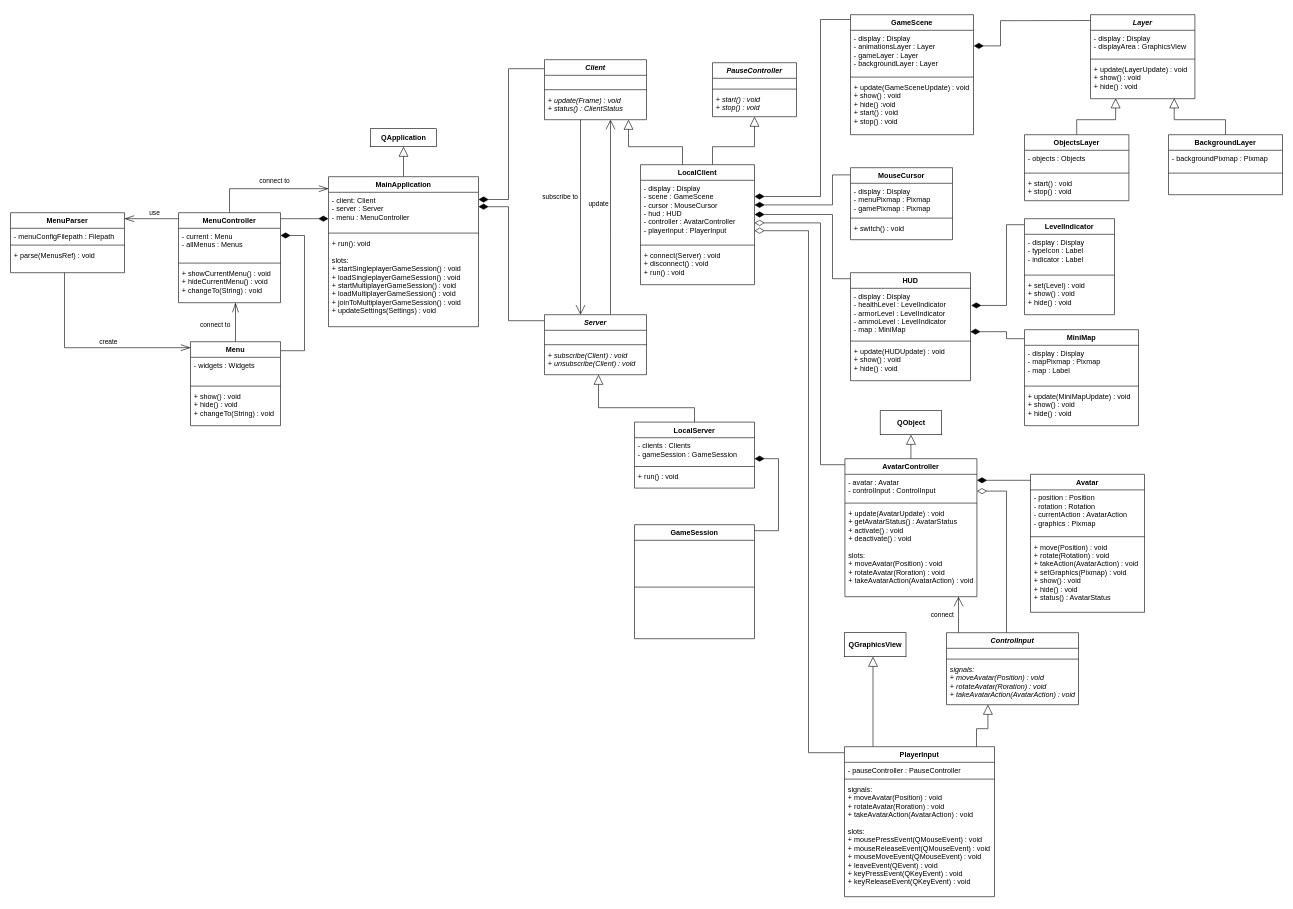
TadekBiela/heisttown keeps this draw.io diagram as doc/class_diagram.drawio. Above is the earlier version. Source tidied: cells renumbered, new cells numbered last; positions are measured from the earlier drawing's top-left corner, leaving out a move shared by most shapes. Both pictures are drawn from the tidied source at 60%, with x=0, y=0 at pixel (10, 14).
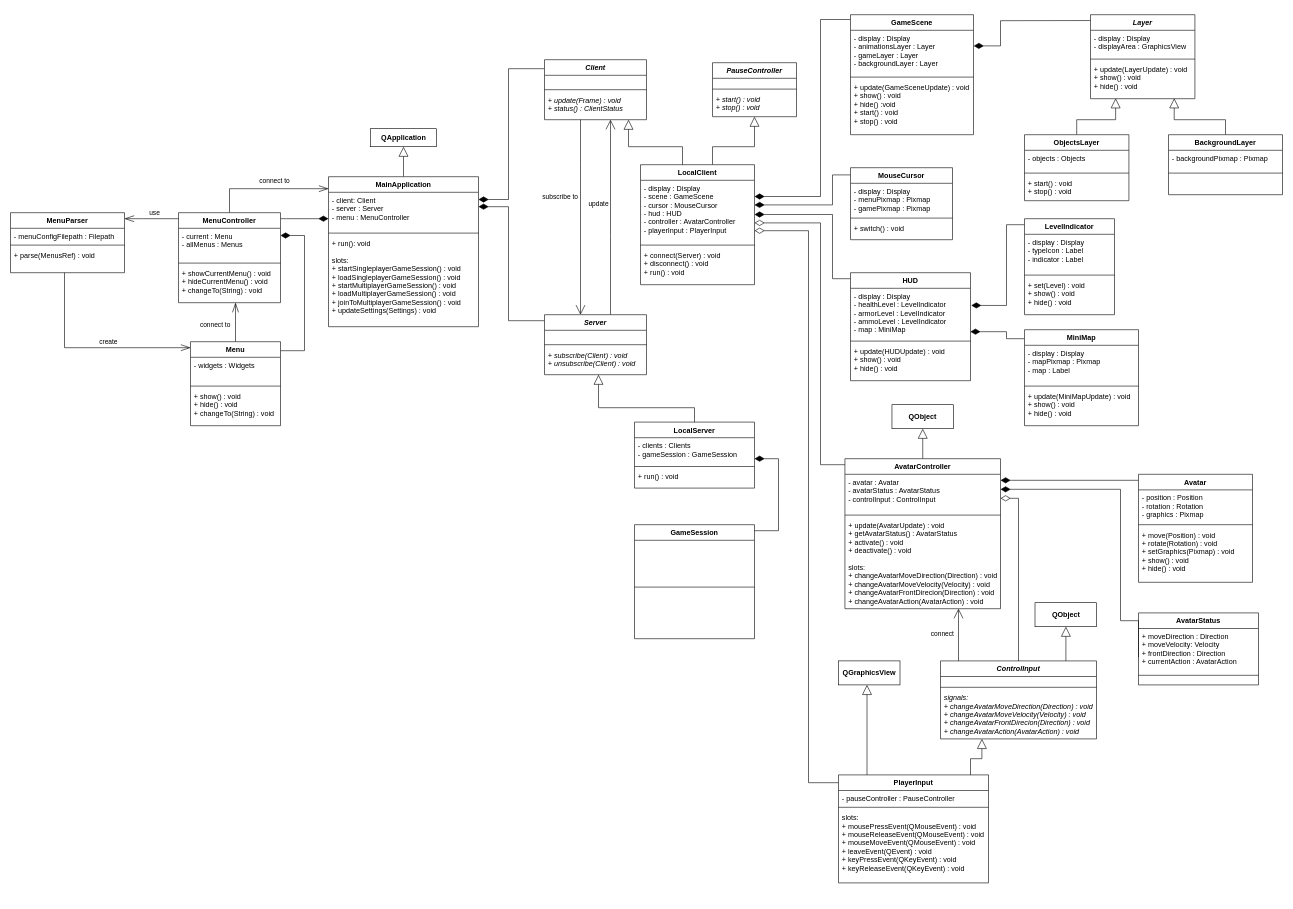
The same page after the edit.

Commit message:
Added AvatarStatus class

Unchanged cells that the change refers to:
```xml
<mxCell id="11" value="- display : Display&#10;- scene : GameScene&#10;- cursor : MouseCursor&#10;- hud : HUD&#10;- controller : AvatarController&#10;- playerInput : PlayerInput&#10;" style="text;strokeColor=none;fillColor=none;align=left;verticalAlign=top;spacingLeft=4;spacingRight=4;overflow=hidden;points=[[0,0.5],[1,0.5]];portConstraint=eastwest;" parent="10" vertex="1">
  <mxGeometry y="26" width="190" height="104" as="geometry" />
</mxCell>
```

Diff of the diagram source:
```diff
@@
     <mxCell id="48" value="AvatarController" style="swimlane;fontStyle=1;align=center;verticalAlign=top;horizontal=1;startSize=26;" parent="1" vertex="1">
-      <mxGeometry x="1390.7" y="740" width="220" height="230" as="geometry" />
+      <mxGeometry x="1390.7" y="740" width="259.3" height="250" as="geometry" />
     </mxCell>
-    <mxCell id="49" value="- avatar : Avatar&#10;- controlInput : ControlInput&#10;" style="text;strokeColor=none;fillColor=none;align=left;verticalAlign=top;spacingLeft=4;spacingRight=4;overflow=hidden;points=[[0,0.5],[1,0.5]];portConstraint=eastwest;" parent="48" vertex="1">
-      <mxGeometry y="26" width="220" height="44" as="geometry" />
+    <mxCell id="49" value="- avatar : Avatar&#10;- avatarStatus : AvatarStatus&#10;- controlInput : ControlInput&#10;" style="text;strokeColor=none;fillColor=none;align=left;verticalAlign=top;spacingLeft=4;spacingRight=4;overflow=hidden;points=[[0,0.5],[1,0.5]];portConstraint=eastwest;" parent="48" vertex="1">
+      <mxGeometry y="26" width="259.3" height="64" as="geometry" />
     </mxCell>
     <mxCell id="50" style="line;strokeWidth=1;fillColor=none;align=left;verticalAlign=middle;spacingTop=-1;spacingLeft=3;spacingRight=3;labelPosition=right;" parent="48" vertex="1">
-      <mxGeometry y="70" width="220" height="8" as="geometry" />
+      <mxGeometry y="90" width="259.3" height="8" as="geometry" />
     </mxCell>
-    <mxCell id="51" value="+ update(AvatarUpdate) : void&#10;+ getAvatarStatus() : AvatarStatus&#10;+ activate() : void&#10;+ deactivate() : void&#10;&#10;slots:&#10;+ moveAvatar(Position) : void&#10;+ rotateAvatar(Roration) : void&#10;+ takeAvatarAction(AvatarAction) : void" style="text;strokeColor=none;fillColor=none;align=left;verticalAlign=top;spacingLeft=4;spacingRight=4;overflow=hidden;" parent="48" vertex="1">
-      <mxGeometry y="78" width="220" height="152" as="geometry" />
+    <mxCell id="51" value="+ update(AvatarUpdate) : void&#10;+ getAvatarStatus() : AvatarStatus&#10;+ activate() : void&#10;+ deactivate() : void&#10;&#10;slots:&#10;+ changeAvatarMoveDirection(Direction) : void&#10;+ changeAvatarMoveVelocity(Velocity) : void&#10;+ changeAvatarFrontDirecion(Direction) : void&#10;+ changeAvatarAction(AvatarAction) : void" style="text;strokeColor=none;fillColor=none;align=left;verticalAlign=top;spacingLeft=4;spacingRight=4;overflow=hidden;" parent="48" vertex="1">
+      <mxGeometry y="98" width="259.3" height="152" as="geometry" />
     </mxCell>
@@
     <mxCell id="82" style="edgeStyle=orthogonalEdgeStyle;rounded=0;jettySize=auto;html=1;endArrow=block;endFill=0;endSize=14;" parent="1" edge="1" source="85" target="96">
       <mxGeometry relative="1" as="geometry">
         <Array as="points">
-          <mxPoint x="1437.5" y="1110" />
-          <mxPoint x="1437.5" y="1110" />
+          <mxPoint x="1427.5" y="1157" />
+          <mxPoint x="1427.5" y="1157" />
         </Array>
       </mxGeometry>
     </mxCell>
     <mxCell id="83" style="edgeStyle=orthogonalEdgeStyle;rounded=0;jettySize=auto;html=1;endArrow=diamondThin;endFill=0;endSize=14;" parent="1" edge="1" source="85" target="11">
       <mxGeometry relative="1" as="geometry">
         <Array as="points">
-          <mxPoint x="1330" y="1230" />
+          <mxPoint x="1330" y="1280" />
           <mxPoint x="1330" y="360" />
         </Array>
       </mxGeometry>
     </mxCell>
     <mxCell id="84" style="edgeStyle=orthogonalEdgeStyle;rounded=0;jettySize=auto;html=1;endArrow=block;endFill=0;endSize=14;" parent="1" edge="1" source="85" target="103">
       <mxGeometry relative="1" as="geometry">
         <Array as="points">
-          <mxPoint x="1610" y="1190" />
-          <mxPoint x="1629" y="1190" />
+          <mxPoint x="1600" y="1240" />
+          <mxPoint x="1619" y="1240" />
         </Array>
       </mxGeometry>
     </mxCell>
     <mxCell id="85" value="PlayerInput" style="swimlane;fontStyle=1;align=center;verticalAlign=top;horizontal=1;startSize=26;" parent="1" vertex="1">
-      <mxGeometry x="1390" y="1220" width="250" height="250" as="geometry" />
+      <mxGeometry x="1380" y="1267" width="250" height="180" as="geometry" />
     </mxCell>
@@
-    <mxCell id="88" value="signals:&#10;+ moveAvatar(Position) : void&#10;+ rotateAvatar(Roration) : void&#10;+ takeAvatarAction(AvatarAction) : void&#10;&#10;slots:&#10;+ mousePressEvent(QMouseEvent) : void&#10;+ mouseReleaseEvent(QMouseEvent) : void&#10;+ mouseMoveEvent(QMouseEvent) : void&#10;+ leaveEvent(QEvent) : void&#10;+ keyPressEvent(QKeyEvent) : void&#10;+ keyReleaseEvent(QKeyEvent) : void" style="text;strokeColor=none;fillColor=none;align=left;verticalAlign=top;spacingLeft=4;spacingRight=4;overflow=hidden;" parent="85" vertex="1">
-      <mxGeometry y="58" width="250" height="192" as="geometry" />
+    <mxCell id="88" value="slots:&#10;+ mousePressEvent(QMouseEvent) : void&#10;+ mouseReleaseEvent(QMouseEvent) : void&#10;+ mouseMoveEvent(QMouseEvent) : void&#10;+ leaveEvent(QEvent) : void&#10;+ keyPressEvent(QKeyEvent) : void&#10;+ keyReleaseEvent(QKeyEvent) : void" style="text;strokeColor=none;fillColor=none;align=left;verticalAlign=top;spacingLeft=4;spacingRight=4;overflow=hidden;" parent="85" vertex="1">
+      <mxGeometry y="58" width="250" height="122" as="geometry" />
     </mxCell>
-    <mxCell id="89" style="edgeStyle=orthogonalEdgeStyle;rounded=0;jettySize=auto;html=1;endSize=14;endArrow=diamondThin;endFill=0;" parent="1" edge="1" source="103" target="49">
+    <mxCell id="89" style="edgeStyle=orthogonalEdgeStyle;rounded=0;jettySize=auto;html=1;endSize=14;endArrow=diamondThin;endFill=0;" parent="1" edge="1" target="49">
       <mxGeometry relative="1" as="geometry">
+        <mxPoint x="1660.3" y="1083" as="sourcePoint" />
         <Array as="points">
-          <mxPoint x="1660" y="794" />
+          <mxPoint x="1680" y="1083" />
+          <mxPoint x="1680" y="806" />
         </Array>
       </mxGeometry>
     </mxCell>
@@
     <mxCell id="91" value="Avatar" style="swimlane;fontStyle=1;align=center;verticalAlign=top;horizontal=1;startSize=26;" parent="1" vertex="1">
-      <mxGeometry x="1700" y="766" width="190" height="230" as="geometry" />
+      <mxGeometry x="1880" y="766" width="190" height="180" as="geometry" />
     </mxCell>
-    <mxCell id="92" value="- position : Position&#10;- rotation : Rotation&#10;- currentAction : AvatarAction&#10;- graphics : Pixmap" style="text;strokeColor=none;fillColor=none;align=left;verticalAlign=top;spacingLeft=4;spacingRight=4;overflow=hidden;" parent="91" vertex="1">
-      <mxGeometry y="26" width="190" height="74" as="geometry" />
+    <mxCell id="92" value="- position : Position&#10;- rotation : Rotation&#10;- graphics : Pixmap" style="text;strokeColor=none;fillColor=none;align=left;verticalAlign=top;spacingLeft=4;spacingRight=4;overflow=hidden;" parent="91" vertex="1">
+      <mxGeometry y="26" width="190" height="54" as="geometry" />
     </mxCell>
     <mxCell id="93" style="line;strokeWidth=1;fillColor=none;align=left;verticalAlign=middle;spacingTop=-1;spacingLeft=3;spacingRight=3;labelPosition=right;" parent="91" vertex="1">
-      <mxGeometry y="100" width="190" height="8" as="geometry" />
+      <mxGeometry y="80" width="190" height="8" as="geometry" />
     </mxCell>
-    <mxCell id="94" value="+ move(Position) : void&#10;+ rotate(Rotation) : void&#10;+ takeAction(AvatarAction) : void&#10;+ setGraphics(Pixmap) : void&#10;+ show() : void&#10;+ hide() : void&#10;+ status() : AvatarStatus" style="text;strokeColor=none;fillColor=none;align=left;verticalAlign=top;spacingLeft=4;spacingRight=4;overflow=hidden;" parent="91" vertex="1">
-      <mxGeometry y="108" width="190" height="122" as="geometry" />
+    <mxCell id="94" value="+ move(Position) : void&#10;+ rotate(Rotation) : void&#10;+ setGraphics(Pixmap) : void&#10;+ show() : void&#10;+ hide() : void" style="text;strokeColor=none;fillColor=none;align=left;verticalAlign=top;spacingLeft=4;spacingRight=4;overflow=hidden;" parent="91" vertex="1">
+      <mxGeometry y="88" width="190" height="92" as="geometry" />
     </mxCell>
     <mxCell id="95" value="QObject" style="html=1;fontStyle=1;" parent="1" vertex="1">
-      <mxGeometry x="1449.5" y="660" width="102.5" height="40" as="geometry" />
+      <mxGeometry x="1469.1" y="650" width="102.5" height="40" as="geometry" />
     </mxCell>
     <mxCell id="96" value="QGraphicsView" style="html=1;fontStyle=1;" parent="1" vertex="1">
-      <mxGeometry x="1390" y="1030" width="102.5" height="40" as="geometry" />
+      <mxGeometry x="1380" y="1077" width="102.5" height="40" as="geometry" />
     </mxCell>
@@
     <mxCell id="103" value="ControlInput" style="swimlane;fontStyle=3;align=center;verticalAlign=top;horizontal=1;startSize=26;" parent="1" vertex="1">
-      <mxGeometry x="1560" y="1030" width="220" height="120" as="geometry" />
+      <mxGeometry x="1550" y="1077" width="260" height="130" as="geometry" />
     </mxCell>
     <mxCell id="104" value=" " style="text;strokeColor=none;fillColor=none;align=left;verticalAlign=top;spacingLeft=4;spacingRight=4;overflow=hidden;" parent="103" vertex="1">
-      <mxGeometry y="26" width="220" height="14" as="geometry" />
+      <mxGeometry y="26" width="260" height="14" as="geometry" />
     </mxCell>
     <mxCell id="105" style="line;strokeWidth=1;fillColor=none;align=left;verticalAlign=middle;spacingTop=-1;spacingLeft=3;spacingRight=3;labelPosition=right;" parent="103" vertex="1">
-      <mxGeometry y="40" width="220" height="8" as="geometry" />
+      <mxGeometry y="40" width="260" height="8" as="geometry" />
     </mxCell>
-    <mxCell id="106" value="signals:&#10;+ moveAvatar(Position) : void&#10;+ rotateAvatar(Roration) : void&#10;+ takeAvatarAction(AvatarAction) : void" style="text;strokeColor=none;fillColor=none;align=left;verticalAlign=top;spacingLeft=4;spacingRight=4;overflow=hidden;fontStyle=2;" parent="103" vertex="1">
-      <mxGeometry y="48" width="220" height="72" as="geometry" />
+    <mxCell id="106" value="signals:&#10;+ changeAvatarMoveDirection(Direction) : void&#10;+ changeAvatarMoveVelocity(Velocity) : void&#10;+ changeAvatarFrontDirecion(Direction) : void&#10;+ changeAvatarAction(AvatarAction) : void" style="text;strokeColor=none;fillColor=none;align=left;verticalAlign=top;spacingLeft=4;spacingRight=4;overflow=hidden;fontStyle=2;" parent="103" vertex="1">
+      <mxGeometry y="48" width="260" height="82" as="geometry" />
     </mxCell>
@@
+    <mxCell id="130" value="AvatarStatus" style="swimlane;fontStyle=1;align=center;verticalAlign=top;horizontal=1;startSize=26;" parent="1" vertex="1">
+      <mxGeometry x="1880" y="997" width="200" height="120" as="geometry" />
+    </mxCell>
+    <mxCell id="131" value="+ moveDirection : Direction&#10;+ moveVelocity: Velocity&#10;+ frontDirection : Direction&#10;+ currentAction : AvatarAction" style="text;strokeColor=none;fillColor=none;align=left;verticalAlign=top;spacingLeft=4;spacingRight=4;overflow=hidden;" parent="130" vertex="1">
+      <mxGeometry y="26" width="200" height="74" as="geometry" />
+    </mxCell>
+    <mxCell id="132" style="line;strokeWidth=1;fillColor=none;align=left;verticalAlign=middle;spacingTop=-1;spacingLeft=3;spacingRight=3;labelPosition=right;" parent="130" vertex="1">
+      <mxGeometry y="100" width="200" height="8" as="geometry" />
+    </mxCell>
+    <mxCell id="133" value=" " style="text;strokeColor=none;fillColor=none;align=left;verticalAlign=top;spacingLeft=4;spacingRight=4;overflow=hidden;" parent="130" vertex="1">
+      <mxGeometry y="108" width="200" height="12" as="geometry" />
+    </mxCell>
+    <mxCell id="134" style="edgeStyle=orthogonalEdgeStyle;rounded=0;jettySize=auto;html=1;endArrow=diamondThin;endFill=1;endSize=14;" parent="1" edge="1" target="49">
+      <mxGeometry relative="1" as="geometry">
+        <mxPoint x="1880" y="1071" as="sourcePoint" />
+        <Array as="points">
+          <mxPoint x="1880" y="1010" />
+          <mxPoint x="1850" y="1010" />
+          <mxPoint x="1850" y="791" />
+        </Array>
+      </mxGeometry>
+    </mxCell>
+    <mxCell id="135" value="QObject" style="html=1;fontStyle=1;" parent="1" vertex="1">
+      <mxGeometry x="1707.5" y="980" width="102.5" height="40" as="geometry" />
+    </mxCell>
+    <mxCell id="136" style="edgeStyle=orthogonalEdgeStyle;rounded=0;jettySize=auto;html=1;endSize=14;endArrow=block;endFill=0;" parent="1" edge="1" source="103" target="135">
+      <mxGeometry relative="1" as="geometry">
+        <Array as="points">
+          <mxPoint x="1759" y="1050" />
+          <mxPoint x="1759" y="1050" />
+        </Array>
+      </mxGeometry>
+    </mxCell>
```
